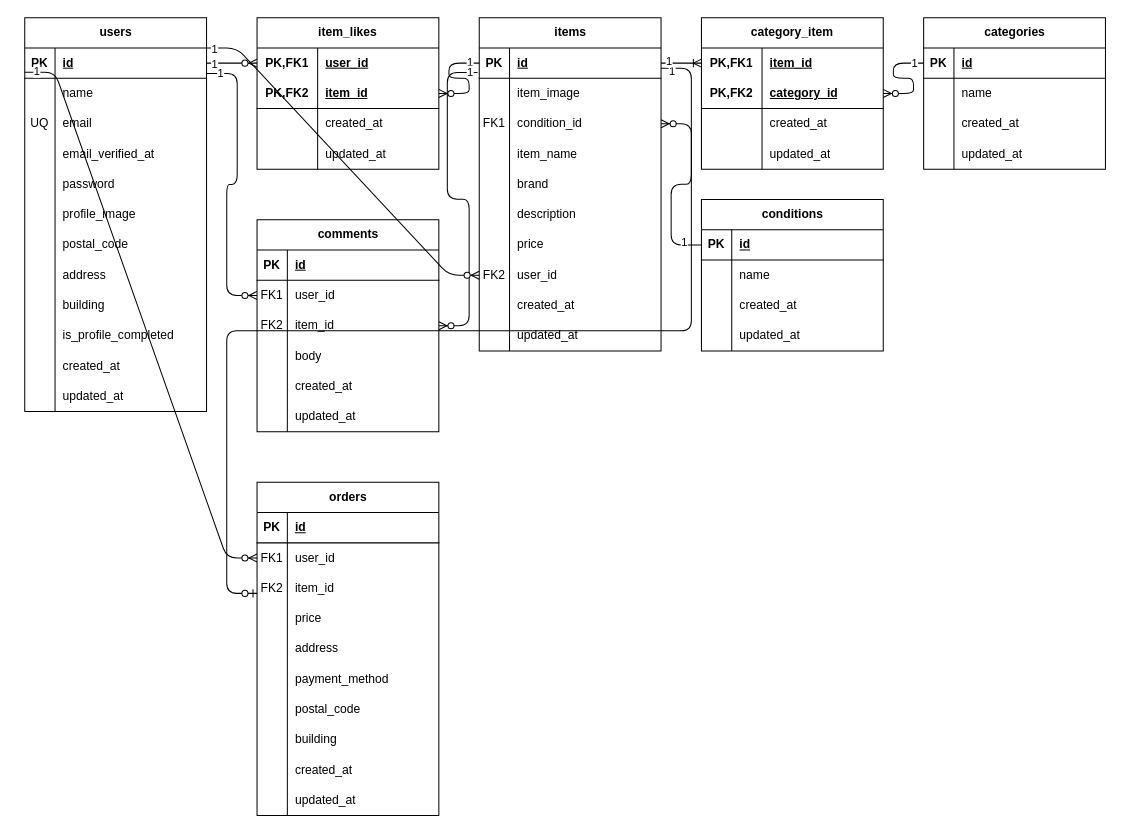
The draw.io diagram docs/er/flea_market_er.drawio in Hideaki-Iida-tech/flea_market, before the edit. Source tidied: cells renumbered, new cells numbered last; positions are measured from the earlier drawing's top-left corner, leaving out a move shared by most shapes. Both pictures are drawn from the tidied source at 101%, with x=0, y=0 at pixel (-26, 17).
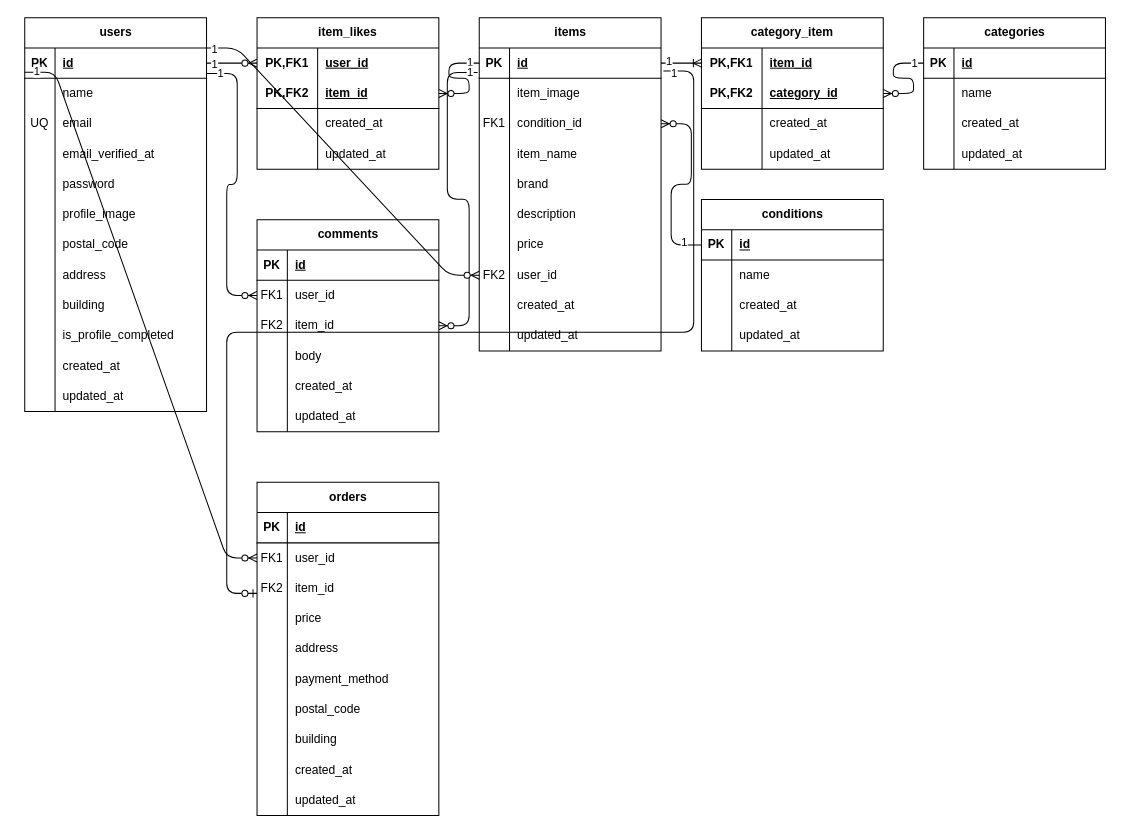
The same page after the edit.

Commit message (it also covers changes not shown here):
coachtech初級模擬案件96日目ver.1.0（README.md修正、ER図修正）

Unchanged cells that the change refers to:
```xml
<mxCell id="40" style="shape=tableRow;horizontal=0;startSize=0;swimlaneHead=0;swimlaneBody=0;fillColor=none;points=[[0,0.5],[1,0.5]];portConstraint=eastwest;top=0;left=0;right=0;bottom=1;" parent="39" vertex="1">
  <mxGeometry y="30" width="180" height="30" as="geometry" />
</mxCell>
<mxCell id="46" style="shape=tableRow;horizontal=0;startSize=0;swimlaneHead=0;swimlaneBody=0;fillColor=none;points=[[0,0.5],[1,0.5]];portConstraint=eastwest;top=0;left=0;right=0;bottom=0;" parent="39" vertex="1">
  <mxGeometry y="90" width="180" height="30" as="geometry" />
</mxCell>
<mxCell id="90" style="shape=tableRow;horizontal=0;startSize=0;swimlaneHead=0;swimlaneBody=0;fillColor=none;points=[[0,0.5],[1,0.5]];portConstraint=eastwest;top=0;left=0;right=0;bottom=1;" parent="89" vertex="1">
  <mxGeometry y="30" width="180" height="30" as="geometry" />
</mxCell>
```

The edit, as a diff of the source:
```diff
@@
-    <mxCell id="182" style="edgeStyle=entityRelationEdgeStyle;fontSize=12;html=1;endArrow=ERzeroToOne;endFill=1;" parent="1" edge="1">
+    <mxCell id="182" style="edgeStyle=entityRelationEdgeStyle;fontSize=12;html=1;endArrow=ERzeroToOne;endFill=1;exitX=1.013;exitY=0.76;exitDx=0;exitDy=0;exitPerimeter=0;" parent="1" edge="1" source="40">
       <mxGeometry relative="1" as="geometry">
-        <mxPoint x="680" y="50" as="sourcePoint" />
         <mxPoint x="280" y="570" as="targetPoint" />
+        <Array as="points">
+          <mxPoint x="750" y="180" />
+          <mxPoint x="750" y="180" />
+        </Array>
       </mxGeometry>
     </mxCell>
@@
     <mxCell id="186" style="edgeStyle=entityRelationEdgeStyle;fontSize=12;html=1;endArrow=ERzeroToMany;endFill=1;entryX=1;entryY=0.5;entryDx=0;entryDy=0;exitX=0;exitY=0.5;exitDx=0;exitDy=0;" parent="1" edge="1" source="90" target="46">
       <mxGeometry relative="1" as="geometry">
         <Array as="points">
           <mxPoint x="690" y="110" />
+          <mxPoint x="720" y="170" />
+          <mxPoint x="690" y="170" />
+          <mxPoint x="720" y="140" />
+          <mxPoint x="690" y="170" />
+          <mxPoint x="670" y="140" />
+          <mxPoint x="720" y="165" />
+          <mxPoint x="730" y="130" />
+          <mxPoint x="720" y="140" />
+          <mxPoint x="720" y="130" />
+          <mxPoint x="720" y="110" />
         </Array>
       </mxGeometry>
     </mxCell>
```
